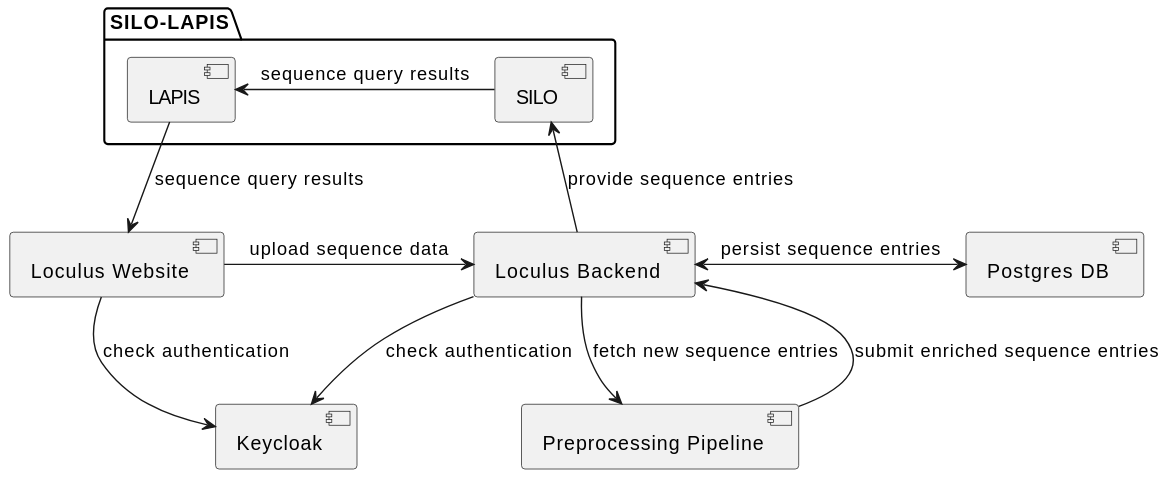
The PlantUML diagram backend/docs/plantuml/architectureOverview.svg in loculus-project/loculus, before a commit. Source of this version:
```plantuml
@startuml
folder SILO-LAPIS {
    component SILO
    component LAPIS
}

component "Loculus Website" as Website
component "Loculus Backend" as Backend
component "Postgres DB" as Postgres
component "Preprocessing Pipeline" as pipeline

component Keycloak

Website --> Keycloak : check authentication
Backend --> Keycloak : check authentication

Website -> Backend : upload sequence data
Backend --> pipeline : fetch new sequence entries
Backend <-> Postgres : persist sequence entries
Backend <-- pipeline : submit enriched sequence entries

SILO <-- Backend : provide sequence entries
LAPIS --> Website : sequence query results
LAPIS <- SILO : sequence query results
@enduml
```
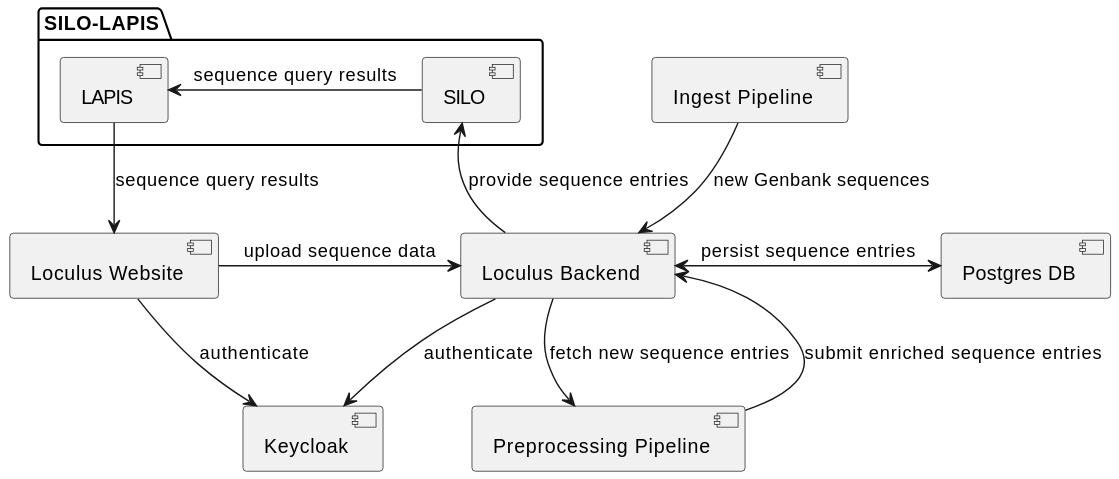
The same file after the commit.

Commit message:
doc(arch):  Add ingest pipeline to architecture puml

Change to the diagram source:
```diff
@@ -7,19 +7,22 @@
 component "Loculus Website" as Website
 component "Loculus Backend" as Backend
 component "Postgres DB" as Postgres
-component "Preprocessing Pipeline" as pipeline
+
+component "Preprocessing Pipeline" as Preprocessing
+component "Ingest Pipeline" as Ingest
 
 component Keycloak
 
-Website --> Keycloak : check authentication
-Backend --> Keycloak : check authentication
+Website -r-> Backend : upload sequence data
+Backend <-> Postgres : persist sequence entries
+Backend --> Preprocessing : fetch new sequence entries
+Backend <-- Preprocessing : submit enriched sequence entries
+Ingest -d-> Backend : new Genbank sequences
 
-Website -> Backend : upload sequence data
-Backend --> pipeline : fetch new sequence entries
-Backend <-> Postgres : persist sequence entries
-Backend <-- pipeline : submit enriched sequence entries
+LAPIS --> Website : sequence query results
+SILO <-- Backend : provide sequence entries
+LAPIS <- SILO : sequence query results
 
-SILO <-- Backend : provide sequence entries
-LAPIS --> Website : sequence query results
-LAPIS <- SILO : sequence query results
+Website -d-> Keycloak : authenticate
+Backend -d-> Keycloak : authenticate
 @enduml
```
